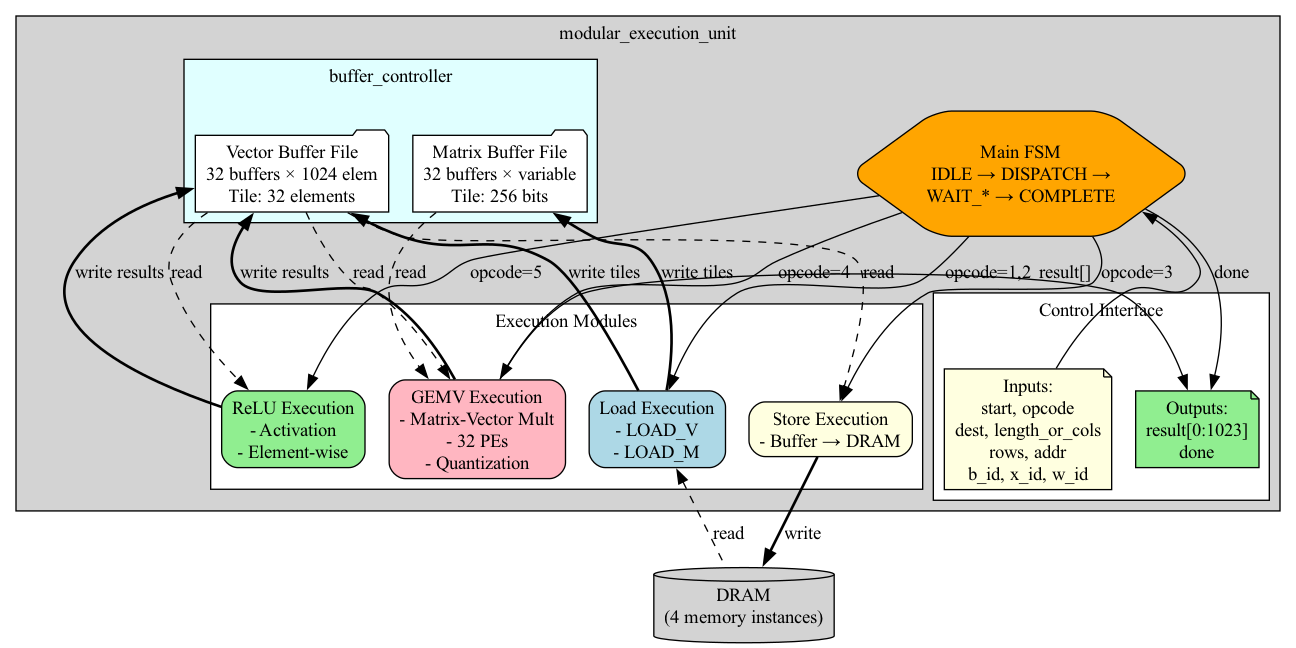
This is docs/diagrams/execution_unit.png from SayatAbdikul/tinyML_accelerator, a Graphviz export, as it was before one commit. Its source is kept beside it as docs/diagrams/execution_unit.dot.
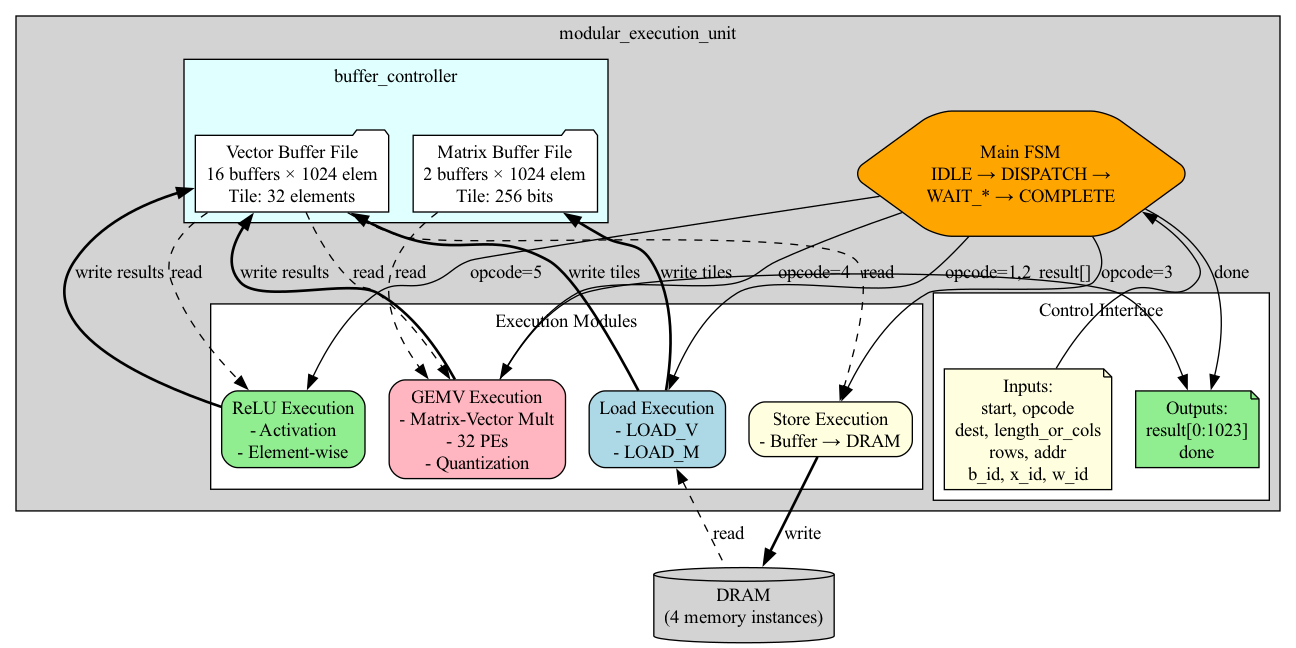
After the change.

Commit message:
Update documentation for memory and buffer changes

The edit, as a diff of the source:
```diff
@@ -27,9 +27,9 @@
             style=filled;
             fillcolor=lightcyan;
 
-            buf_vec [label="Vector Buffer File\n32 buffers × 1024 elem\nTile: 32 elements",
+            buf_vec [label="Vector Buffer File\n16 buffers × 1024 elem\nTile: 32 elements",
                      shape=folder, fillcolor=white];
-            buf_mat [label="Matrix Buffer File\n32 buffers × variable\nTile: 256 bits",
+            buf_mat [label="Matrix Buffer File\n2 buffers × 1024 elem\nTile: 256 bits",
                      shape=folder, fillcolor=white];
         }
 
```
